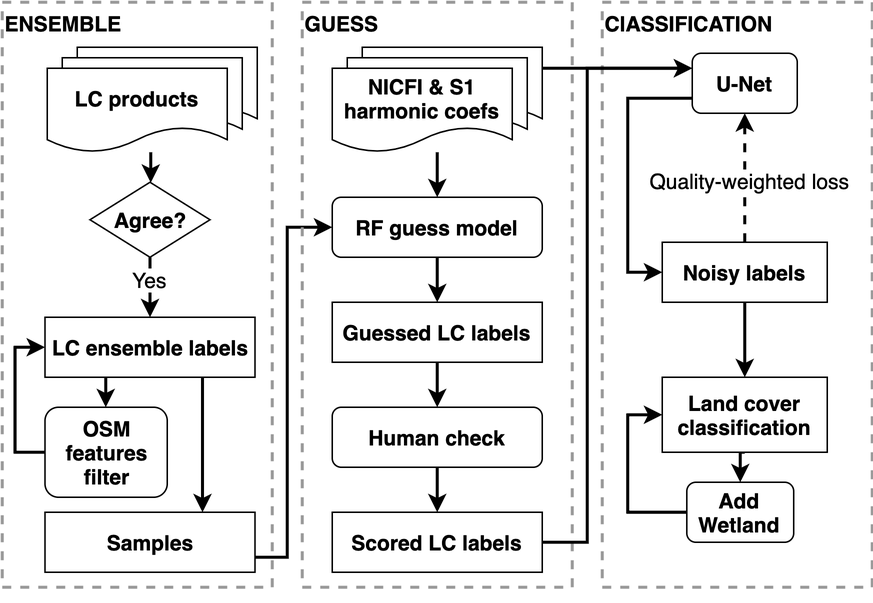
Above: docs/figures/hrlcm_flowchart.png in LLeiSong/hrlcm (draw.io), before the change. Source tidied: cells renumbered, new cells last; positions are measured from the earlier drawing's top-left corner, leaving out a move shared by most shapes.
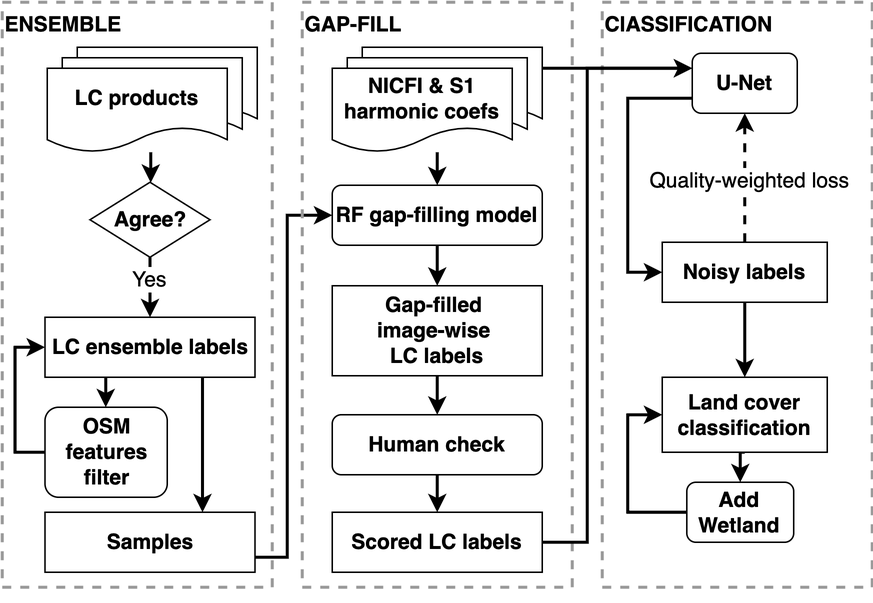
The same diagram one commit later.

The edit, as a diff of the source:
```diff
@@ -9,14 +9,14 @@
       <mxGeometry relative="1" as="geometry">
         <Array as="points">
           <mxPoint x="190" y="370" />
-          <mxPoint x="190" y="150" />
+          <mxPoint x="190" y="142" />
         </Array>
       </mxGeometry>
     </mxCell>
     <mxCell id="4" style="group;" parent="1" vertex="1">
       <mxGeometry x="220" y="30" width="170" height="370" as="geometry" />
     </mxCell>
-    <mxCell id="5" value="GUESS" style="rounded=0;whiteSpace=wrap;html=1;fontSize=14;align=left;verticalAlign=top;dashed=1;fontColor=#000000;fillColor=none;strokeWidth=2;fontStyle=1;strokeColor=#999999;" parent="4" vertex="1">
+    <mxCell id="5" value="GAP-FILL" style="rounded=0;whiteSpace=wrap;html=1;fontSize=14;align=left;verticalAlign=top;dashed=1;fontColor=#000000;fillColor=none;strokeWidth=2;fontStyle=1;strokeColor=#999999;" parent="4" vertex="1">
       <mxGeometry x="-20" y="-30" width="180" height="390" as="geometry" />
     </mxCell>
     <mxCell id="6" style="shape=document;whiteSpace=wrap;html=1;boundedLbl=1;" parent="4" vertex="1">
@@ -31,8 +31,8 @@
     <mxCell id="9" style="edgeStyle=orthogonalEdgeStyle;rounded=0;jettySize=auto;html=1;fontSize=14;strokeWidth=2;" parent="1" edge="1" source="10" target="15">
       <mxGeometry relative="1" as="geometry" />
     </mxCell>
-    <mxCell id="10" value="RF guess model" style="rounded=1;whiteSpace=wrap;html=1;fontSize=14;fontStyle=1;" parent="1" vertex="1">
-      <mxGeometry x="220" y="130" width="140" height="40" as="geometry" />
+    <mxCell id="10" value="RF gap-filling model" style="rounded=1;whiteSpace=wrap;html=1;fontSize=14;fontStyle=1;" parent="1" vertex="1">
+      <mxGeometry x="220" y="122" width="140" height="40" as="geometry" />
     </mxCell>
     <mxCell id="11" style="edgeStyle=orthogonalEdgeStyle;rounded=0;jettySize=auto;html=1;fontSize=14;strokeWidth=2;" parent="1" edge="1" source="8" target="10">
       <mxGeometry relative="1" as="geometry">
@@ -46,13 +46,13 @@
       <mxGeometry relative="1" as="geometry" />
     </mxCell>
     <mxCell id="13" value="Human check" style="rounded=1;whiteSpace=wrap;html=1;fontSize=14;fontStyle=1;" parent="1" vertex="1">
-      <mxGeometry x="220" y="270" width="140" height="40" as="geometry" />
+      <mxGeometry x="220" y="275" width="140" height="40" as="geometry" />
     </mxCell>
     <mxCell id="14" style="edgeStyle=orthogonalEdgeStyle;rounded=0;jettySize=auto;html=1;fontSize=14;strokeWidth=2;" parent="1" edge="1" source="15" target="13">
       <mxGeometry relative="1" as="geometry" />
     </mxCell>
-    <mxCell id="15" value="Guessed LC labels" style="rounded=0;whiteSpace=wrap;html=1;fontSize=14;fontStyle=1;" parent="1" vertex="1">
-      <mxGeometry x="220" y="200" width="140" height="40" as="geometry" />
+    <mxCell id="15" value="Gap-filled &lt;br&gt;image-wise &lt;br&gt;LC labels" style="rounded=0;whiteSpace=wrap;html=1;fontSize=14;fontStyle=1;" parent="1" vertex="1">
+      <mxGeometry x="220" y="189" width="140" height="60" as="geometry" />
     </mxCell>
     <mxCell id="16" style="edgeStyle=orthogonalEdgeStyle;rounded=0;jettySize=auto;html=1;exitX=1;exitY=0.5;exitDx=0;exitDy=0;entryX=0;entryY=0.25;entryDx=0;entryDy=0;fontSize=14;strokeWidth=2;" parent="1" edge="1" source="17" target="34">
       <mxGeometry relative="1" as="geometry">
```
